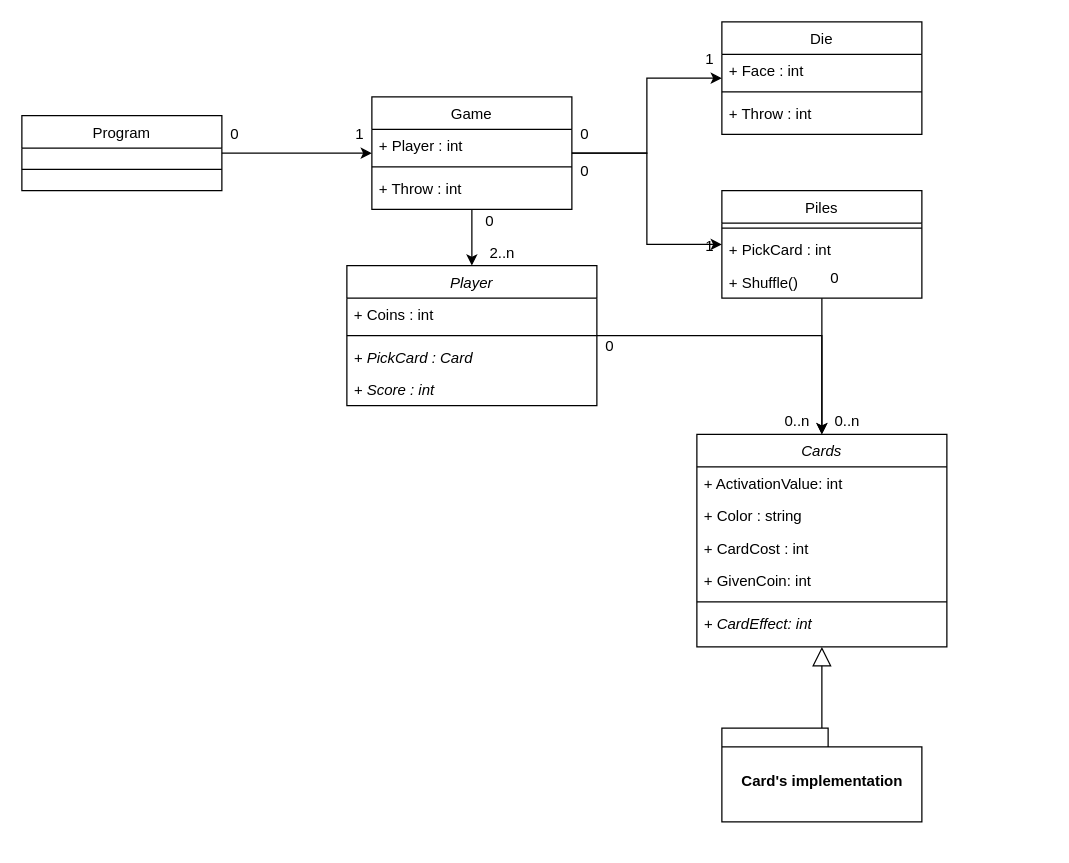
Earlier version of the draw.io diagram MiniVilleDiagramClass.drawio (Lucasross/MiniVilles). Source tidied: cells renumbered, new cells numbered last; positions are measured from the earlier drawing's top-left corner, leaving out a move shared by most shapes. Both pictures are drawn from the tidied source at 125%, with x=0, y=0 at pixel (21, 21).
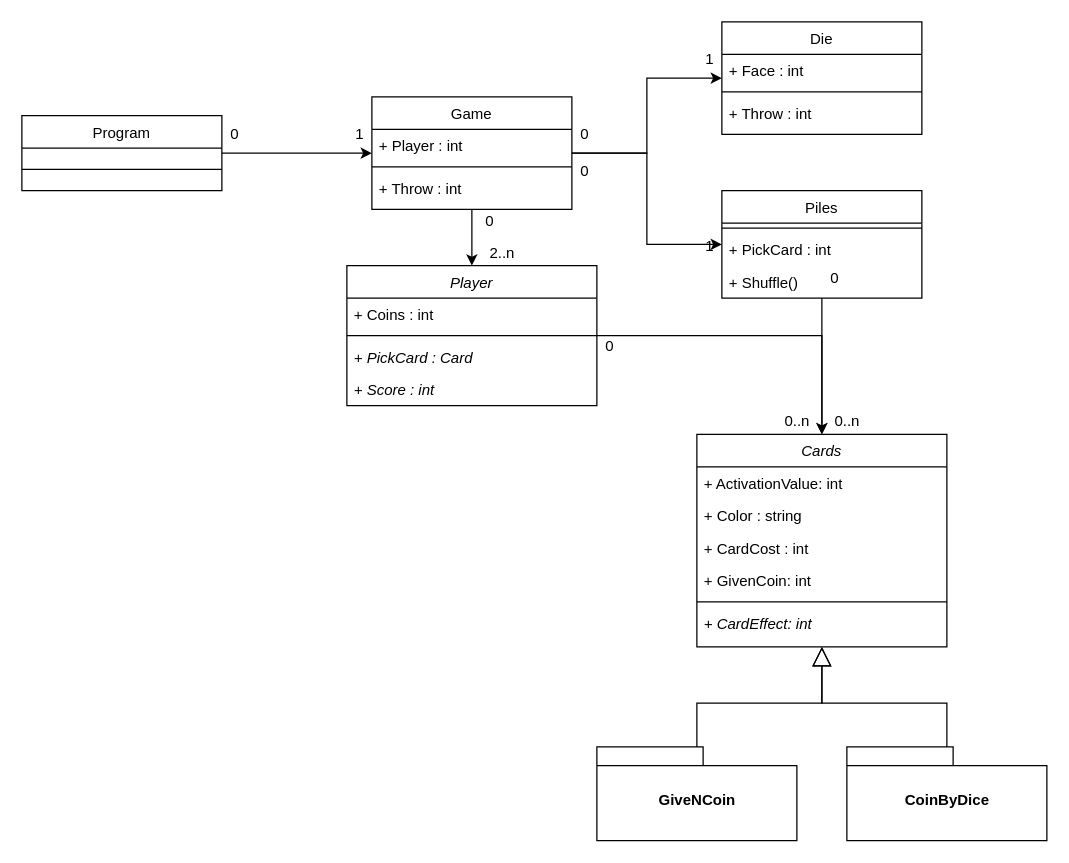
The same diagram, later.

The change refers to these unchanged cells:
```xml
<mxCell id="24" value="Cards" style="swimlane;fontStyle=2;align=center;verticalAlign=top;horizontal=1;startSize=26;rounded=0;shadow=0;strokeWidth=1;" parent="1" vertex="1">
  <mxGeometry x="540" y="330" width="200" height="170" as="geometry" />
</mxCell>
```

What changed in the source:
```diff
@@
-    <mxCell id="13" style="edgeStyle=orthogonalEdgeStyle;rounded=0;jettySize=auto;html=1;endArrow=block;endFill=0;endSize=13;" parent="1" edge="1" source="14" target="24">
+    <mxCell id="13" style="edgeStyle=orthogonalEdgeStyle;rounded=0;jettySize=auto;html=1;endArrow=block;endFill=0;endSize=13;" parent="1" edge="1" source="48" target="24">
       <mxGeometry relative="1" as="geometry" />
     </mxCell>
-    <mxCell id="14" value="Card's implementation" style="shape=folder;fontStyle=1;spacingTop=10;tabWidth=85;tabHeight=15;tabPosition=left;html=1;" parent="1" vertex="1">
-      <mxGeometry x="560" y="565" width="160" height="75" as="geometry" />
-    </mxCell>
@@
+    <mxCell id="48" value="GiveNCoin" style="shape=folder;fontStyle=1;spacingTop=10;tabWidth=85;tabHeight=15;tabPosition=left;html=1;" parent="1" vertex="1">
+      <mxGeometry x="460" y="580" width="160" height="75" as="geometry" />
+    </mxCell>
+    <mxCell id="49" value="CoinByDice" style="shape=folder;fontStyle=1;spacingTop=10;tabWidth=85;tabHeight=15;tabPosition=left;html=1;" parent="1" vertex="1">
+      <mxGeometry x="660" y="580" width="160" height="75" as="geometry" />
+    </mxCell>
+    <mxCell id="50" style="edgeStyle=orthogonalEdgeStyle;rounded=0;jettySize=auto;html=1;endArrow=block;endFill=0;endSize=13;" parent="1" edge="1" source="49" target="24">
+      <mxGeometry relative="1" as="geometry" />
+    </mxCell>
```
